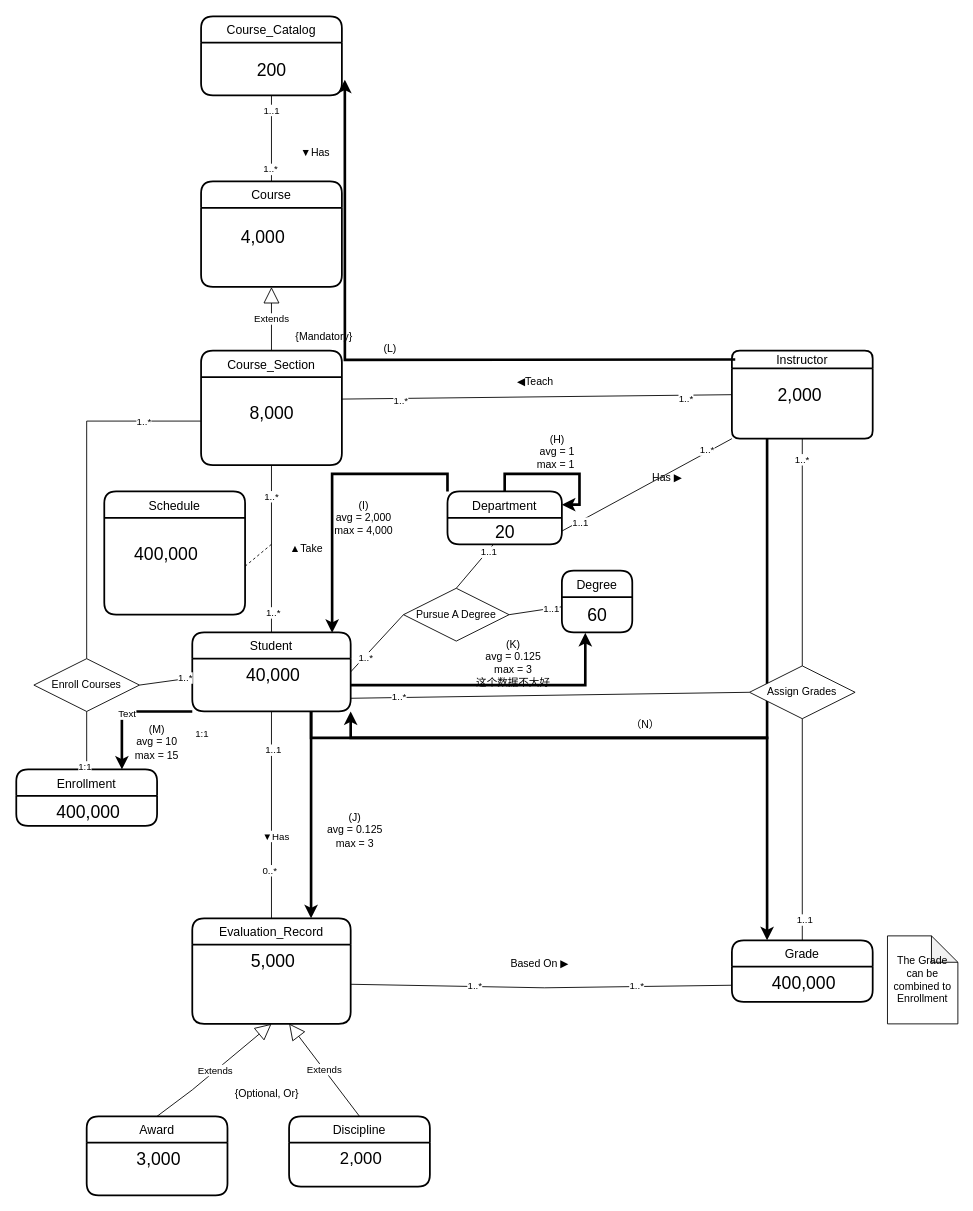
bincute/iAmReadingBook keeps this draw.io diagram as page "第 5 页" (5 of 5) of 未命名绘图2.drawio. Above is the earlier version. Source tidied: cells renumbered, new cells numbered last; positions are measured from the earlier drawing's top-left corner, leaving out a move shared by most shapes. Both pictures are drawn from the tidied source at 88%, with x=0, y=0 at pixel (16, 16).
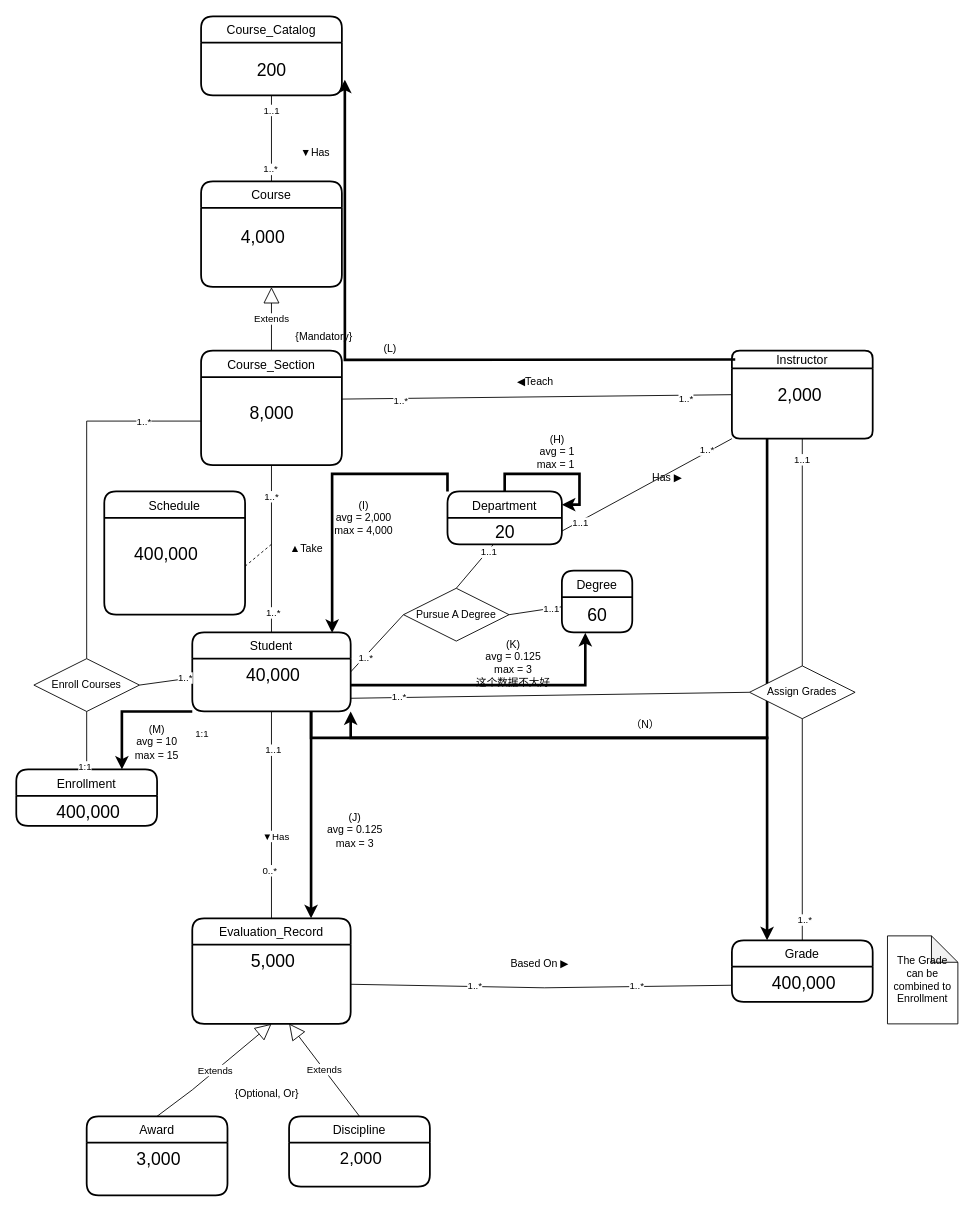
After the change.

Commit message:
更新未命名绘图2.drawio

Unchanged cells that the change refers to:
```xml
<mxCell id="13" style="edgeStyle=none;rounded=0;jettySize=auto;html=1;entryX=0.5;entryY=0;entryDx=0;entryDy=0;endArrow=none;endFill=0;" parent="1" edge="1" target="12">
  <mxGeometry relative="1" as="geometry">
    <mxPoint x="893.2" y="480" as="sourcePoint" />
  </mxGeometry>
</mxCell>
<mxCell id="15" style="edgeStyle=none;rounded=0;jettySize=auto;html=1;exitX=0.5;exitY=0;exitDx=0;exitDy=0;entryX=0.5;entryY=1;entryDx=0;entryDy=0;endArrow=none;endFill=0;" parent="1" edge="1" source="17" target="12">
  <mxGeometry relative="1" as="geometry" />
</mxCell>
<mxCell id="91" style="edgeStyle=orthogonalEdgeStyle;rounded=0;jettySize=auto;html=1;exitX=0;exitY=1;exitDx=0;exitDy=0;entryX=0.75;entryY=0;entryDx=0;entryDy=0;strokeWidth=3;" parent="1" edge="1" source="4" target="54">
  <mxGeometry relative="1" as="geometry">
    <Array as="points">
      <mxPoint x="120" y="790" />
    </Array>
  </mxGeometry>
</mxCell>
```

What changed in the source:
```diff
@@
-    <mxCell id="14" value="1..*" style="edgeLabel;html=1;align=center;verticalAlign=middle;" parent="13" vertex="1">
+    <mxCell id="14" value="1..1" style="edgeLabel;html=1;align=center;verticalAlign=middle;" parent="13" vertex="1">
       <mxGeometry x="-0.82" y="-1" relative="1" as="geometry" />
     </mxCell>
@@
-    <mxCell id="16" value="1..1" style="edgeLabel;html=1;align=center;verticalAlign=middle;" parent="15" vertex="1">
+    <mxCell id="16" value="1..*" style="edgeLabel;html=1;align=center;verticalAlign=middle;" parent="15" vertex="1">
       <mxGeometry x="-0.81" y="-2" relative="1" as="geometry" />
     </mxCell>
@@
-    <mxCell id="92" value="Text" style="edgeLabel;html=1;align=center;verticalAlign=middle;" parent="91" vertex="1">
-      <mxGeometry x="0.03" y="2" relative="1" as="geometry" />
-    </mxCell>
```
